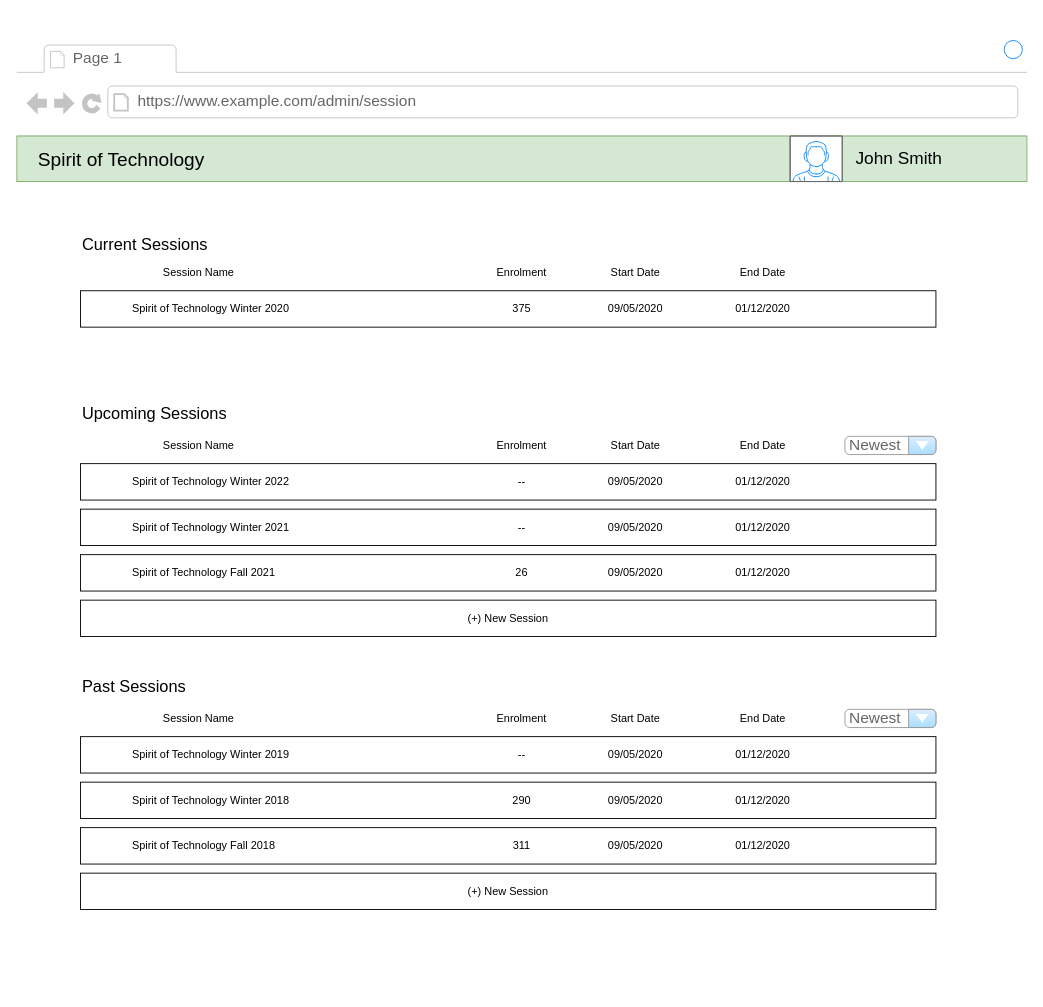
Above: page "Admin Sessions Menu" (3 of 17) of wireframe.drawio in AnsonTran/Live-Coding-Docs (draw.io), before the change. Source tidied: cells renumbered, new cells numbered last; positions are measured from the earlier drawing's top-left corner, leaving out a move shared by most shapes. Both pictures are drawn from the tidied source at 91%, with x=0, y=0 at pixel (16, 35).
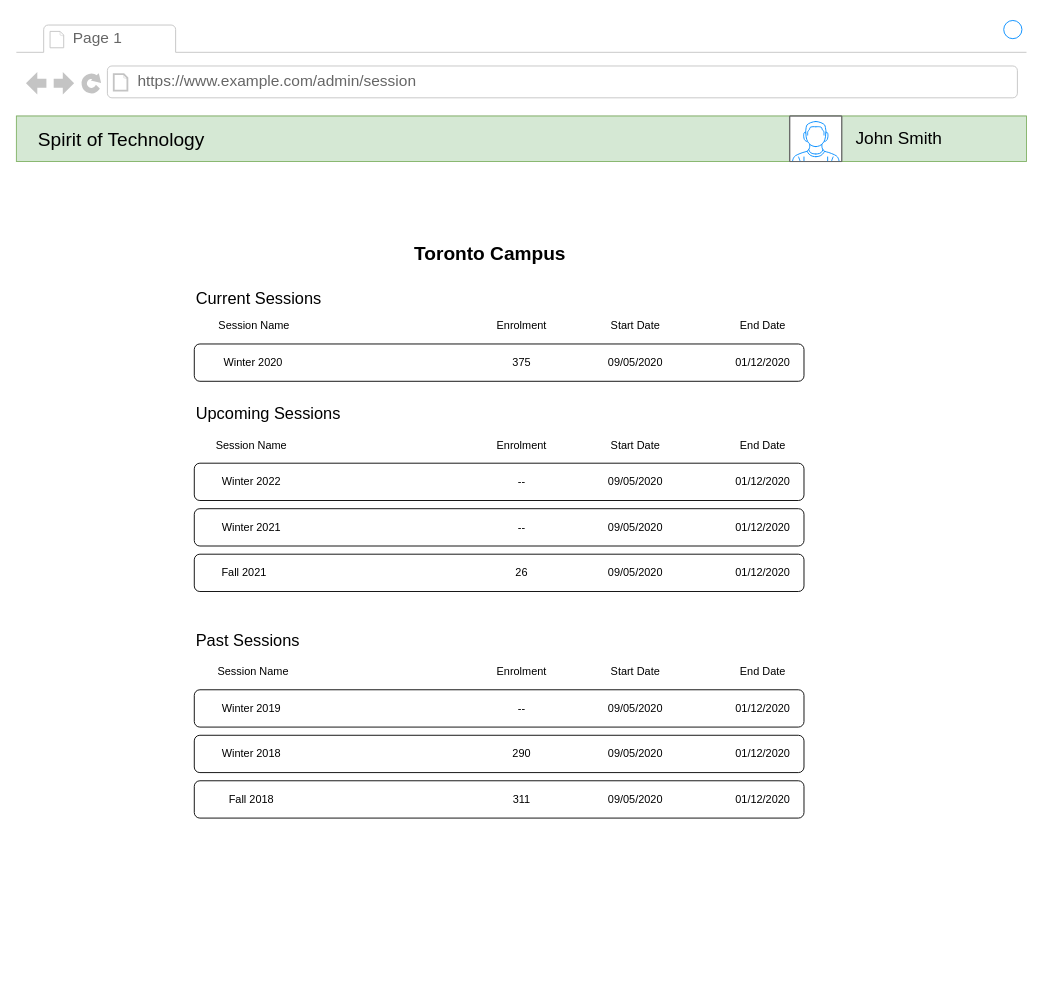
Above is the later version.

What changed in the source:
```diff
@@
     <mxCell id="2" style="strokeWidth=1;shadow=0;dashed=0;align=center;html=1;shape=mxgraph.mockup.containers.browserWindow;rSize=0;strokeColor2=#008cff;strokeColor3=#c4c4c4;mainText=,;strokeColor=#FFFFFF;fontColor=#FFFFFF;" parent="1" vertex="1">
-      <mxGeometry width="1110" height="1050" as="geometry" />
+      <mxGeometry x="-0.5" y="-22" width="1110" height="931" as="geometry" />
     </mxCell>
+    <mxCell id="63" style="rounded=1;whiteSpace=wrap;html=1;" parent="2" vertex="1">
+      <mxGeometry x="195.5" y="740.5" width="670" height="41" as="geometry" />
+    </mxCell>
+    <mxCell id="64" style="rounded=1;whiteSpace=wrap;html=1;" parent="2" vertex="1">
+      <mxGeometry x="195.5" y="790.5" width="670" height="41" as="geometry" />
+    </mxCell>
+    <mxCell id="65" style="rounded=1;whiteSpace=wrap;html=1;" parent="2" vertex="1">
+      <mxGeometry x="195.5" y="840.5" width="670" height="41" as="geometry" />
+    </mxCell>
+    <mxCell id="66" style="rounded=1;whiteSpace=wrap;html=1;" parent="2" vertex="1">
+      <mxGeometry x="195.5" y="491.5" width="670" height="41" as="geometry" />
+    </mxCell>
+    <mxCell id="67" style="rounded=1;whiteSpace=wrap;html=1;" parent="2" vertex="1">
+      <mxGeometry x="195.5" y="541.5" width="670" height="41" as="geometry" />
+    </mxCell>
+    <mxCell id="68" style="rounded=1;whiteSpace=wrap;html=1;" parent="2" vertex="1">
+      <mxGeometry x="195.5" y="591.5" width="670" height="41" as="geometry" />
+    </mxCell>
+    <mxCell id="69" style="rounded=1;whiteSpace=wrap;html=1;" parent="2" vertex="1">
+      <mxGeometry x="195.5" y="360.5" width="670" height="41" as="geometry" />
+    </mxCell>
@@
     <mxCell id="5" value="&lt;font color=&quot;#000000&quot;&gt;&lt;span style=&quot;font-size: 18px&quot;&gt;Upcoming Sessions&lt;/span&gt;&lt;/font&gt;" style="text;html=1;strokeColor=none;fillColor=none;align=left;verticalAlign=middle;whiteSpace=wrap;rounded=0;labelBackgroundColor=none;sketch=0;fontColor=#FFFFFF;" parent="2" vertex="1">
-      <mxGeometry x="70" y="390" width="210" height="50" as="geometry" />
+      <mxGeometry x="195.5" y="421" width="210" height="31" as="geometry" />
     </mxCell>
     <mxCell id="6" value="&lt;font color=&quot;#000000&quot;&gt;Start Date&lt;/font&gt;" style="text;html=1;strokeColor=none;fillColor=none;align=center;verticalAlign=middle;whiteSpace=wrap;rounded=0;labelBackgroundColor=none;sketch=0;fontColor=#FFFFFF;" parent="2" vertex="1">
-      <mxGeometry x="640" y="440" width="80" height="20" as="geometry" />
+      <mxGeometry x="640.5" y="462" width="80" height="20" as="geometry" />
     </mxCell>
     <mxCell id="7" value="&lt;font color=&quot;#000000&quot;&gt;End Date&lt;/font&gt;" style="text;html=1;strokeColor=none;fillColor=none;align=center;verticalAlign=middle;whiteSpace=wrap;rounded=0;labelBackgroundColor=none;sketch=0;fontColor=#FFFFFF;" parent="2" vertex="1">
-      <mxGeometry x="780" y="440" width="80" height="20" as="geometry" />
+      <mxGeometry x="780.5" y="462" width="80" height="20" as="geometry" />
     </mxCell>
-    <mxCell id="8" value="&lt;font color=&quot;#000000&quot;&gt;(+) New Session&lt;/font&gt;" style="rounded=0;whiteSpace=wrap;html=1;labelBackgroundColor=none;sketch=0;fillColor=none;fontColor=#FFFFFF;align=center;" parent="2" vertex="1">
-      <mxGeometry x="70" y="620" width="940" height="40" as="geometry" />
-    </mxCell>
-    <mxCell id="9" value="Newest" style="strokeWidth=1;shadow=0;dashed=0;align=center;html=1;shape=mxgraph.mockup.forms.comboBox;strokeColor=#999999;fillColor=#ddeeff;align=left;fillColor2=#aaddff;mainText=;fontColor=#666666;fontSize=17;spacingLeft=3;" parent="2" vertex="1">
-      <mxGeometry x="910" y="440" width="100" height="20" as="geometry" />
-    </mxCell>
     <mxCell id="10" value="&lt;font color=&quot;#000000&quot;&gt;Session Name&lt;/font&gt;" style="text;html=1;strokeColor=none;fillColor=none;align=center;verticalAlign=middle;whiteSpace=wrap;rounded=0;labelBackgroundColor=none;sketch=0;fontColor=#FFFFFF;" parent="2" vertex="1">
-      <mxGeometry x="150" y="440" width="100" height="20" as="geometry" />
+      <mxGeometry x="208" y="462" width="100" height="20" as="geometry" />
     </mxCell>
-    <mxCell id="11" style="rounded=0;whiteSpace=wrap;html=1;labelBackgroundColor=none;sketch=0;fillColor=none;fontColor=#FFFFFF;align=left;" parent="2" vertex="1">
-      <mxGeometry x="70" y="470" width="940" height="40" as="geometry" />
-    </mxCell>
-    <mxCell id="12" value="&lt;font color=&quot;#000000&quot;&gt;Spirit of Technology Winter 2022&lt;/font&gt;" style="text;html=1;strokeColor=none;fillColor=none;align=left;verticalAlign=middle;whiteSpace=wrap;rounded=0;labelBackgroundColor=none;sketch=0;fontColor=#FFFFFF;" parent="2" vertex="1">
-      <mxGeometry x="125" y="480" width="225" height="20" as="geometry" />
+    <mxCell id="12" value="&lt;font color=&quot;#000000&quot;&gt;Winter 2022&lt;/font&gt;" style="text;html=1;strokeColor=none;fillColor=none;align=center;verticalAlign=middle;whiteSpace=wrap;rounded=0;labelBackgroundColor=none;sketch=0;fontColor=#FFFFFF;" parent="2" vertex="1">
+      <mxGeometry x="223" y="502" width="70" height="20" as="geometry" />
     </mxCell>
-    <mxCell id="13" style="rounded=0;whiteSpace=wrap;html=1;labelBackgroundColor=none;sketch=0;fillColor=none;fontColor=#FFFFFF;align=left;" parent="2" vertex="1">
-      <mxGeometry x="70" y="520" width="940" height="40" as="geometry" />
-    </mxCell>
-    <mxCell id="14" style="rounded=0;whiteSpace=wrap;html=1;labelBackgroundColor=none;sketch=0;fillColor=none;fontColor=#FFFFFF;align=left;" parent="2" vertex="1">
-      <mxGeometry x="70" y="570" width="940" height="40" as="geometry" />
-    </mxCell>
-    <mxCell id="15" value="&lt;font color=&quot;#000000&quot;&gt;Spirit of Technology Winter 2021&lt;/font&gt;" style="text;html=1;strokeColor=none;fillColor=none;align=left;verticalAlign=middle;whiteSpace=wrap;rounded=0;labelBackgroundColor=none;sketch=0;fontColor=#FFFFFF;" parent="2" vertex="1">
-      <mxGeometry x="125" y="530" width="195" height="20" as="geometry" />
+    <mxCell id="15" value="&lt;font color=&quot;#000000&quot;&gt;Winter 2021&lt;/font&gt;" style="text;html=1;strokeColor=none;fillColor=none;align=center;verticalAlign=middle;whiteSpace=wrap;rounded=0;labelBackgroundColor=none;sketch=0;fontColor=#FFFFFF;" parent="2" vertex="1">
+      <mxGeometry x="213" y="552" width="90" height="20" as="geometry" />
     </mxCell>
-    <mxCell id="16" value="&lt;font color=&quot;#000000&quot;&gt;Spirit of Technology Fall 2021&lt;/font&gt;" style="text;html=1;strokeColor=none;fillColor=none;align=left;verticalAlign=middle;whiteSpace=wrap;rounded=0;labelBackgroundColor=none;sketch=0;fontColor=#FFFFFF;" parent="2" vertex="1">
-      <mxGeometry x="125" y="580" width="195" height="20" as="geometry" />
+    <mxCell id="16" value="&lt;font color=&quot;#000000&quot;&gt;Fall 2021&lt;/font&gt;" style="text;html=1;strokeColor=none;fillColor=none;align=center;verticalAlign=middle;whiteSpace=wrap;rounded=0;labelBackgroundColor=none;sketch=0;fontColor=#FFFFFF;" parent="2" vertex="1">
+      <mxGeometry x="220.5" y="602" width="60" height="20" as="geometry" />
     </mxCell>
     <mxCell id="17" value="&lt;font style=&quot;font-size: 18px&quot;&gt;Current Sessions&lt;/font&gt;" style="text;html=1;strokeColor=none;fillColor=none;align=left;verticalAlign=middle;whiteSpace=wrap;rounded=0;" parent="2" vertex="1">
-      <mxGeometry x="70" y="220" width="170" height="20" as="geometry" />
+      <mxGeometry x="195.5" y="301" width="170" height="20" as="geometry" />
     </mxCell>
-    <mxCell id="18" style="rounded=0;whiteSpace=wrap;html=1;labelBackgroundColor=none;sketch=0;fillColor=none;fontColor=#FFFFFF;align=left;" parent="2" vertex="1">
-      <mxGeometry x="70" y="280" width="940" height="40" as="geometry" />
-    </mxCell>
-    <mxCell id="19" value="&lt;font color=&quot;#000000&quot;&gt;Spirit of Technology Winter 2020&lt;/font&gt;" style="text;html=1;strokeColor=none;fillColor=none;align=left;verticalAlign=middle;whiteSpace=wrap;rounded=0;labelBackgroundColor=none;sketch=0;fontColor=#FFFFFF;" parent="2" vertex="1">
-      <mxGeometry x="125" y="290" width="195" height="20" as="geometry" />
+    <mxCell id="19" value="&lt;font color=&quot;#000000&quot;&gt;Winter 2020&lt;/font&gt;" style="text;html=1;strokeColor=none;fillColor=none;align=center;verticalAlign=middle;whiteSpace=wrap;rounded=0;labelBackgroundColor=none;sketch=0;fontColor=#FFFFFF;" parent="2" vertex="1">
+      <mxGeometry x="225.5" y="371" width="70" height="20" as="geometry" />
     </mxCell>
     <mxCell id="20" value="&lt;font color=&quot;#000000&quot;&gt;09/05/2020&lt;/font&gt;" style="text;html=1;strokeColor=none;fillColor=none;align=center;verticalAlign=middle;whiteSpace=wrap;rounded=0;labelBackgroundColor=none;sketch=0;fontColor=#FFFFFF;" parent="2" vertex="1">
-      <mxGeometry x="660" y="290" width="40" height="20" as="geometry" />
+      <mxGeometry x="660.5" y="371" width="40" height="20" as="geometry" />
     </mxCell>
     <mxCell id="21" value="&lt;font color=&quot;#000000&quot;&gt;01/12/2020&lt;/font&gt;" style="text;html=1;strokeColor=none;fillColor=none;align=center;verticalAlign=middle;whiteSpace=wrap;rounded=0;labelBackgroundColor=none;sketch=0;fontColor=#FFFFFF;" parent="2" vertex="1">
-      <mxGeometry x="800" y="290" width="40" height="20" as="geometry" />
+      <mxGeometry x="800.5" y="371" width="40" height="20" as="geometry" />
     </mxCell>
     <mxCell id="22" value="&lt;font color=&quot;#000000&quot;&gt;Start Date&lt;/font&gt;" style="text;html=1;strokeColor=none;fillColor=none;align=center;verticalAlign=middle;whiteSpace=wrap;rounded=0;labelBackgroundColor=none;sketch=0;fontColor=#FFFFFF;" parent="2" vertex="1">
-      <mxGeometry x="640" y="250" width="80" height="20" as="geometry" />
+      <mxGeometry x="640.5" y="331" width="80" height="20" as="geometry" />
     </mxCell>
     <mxCell id="23" value="&lt;font color=&quot;#000000&quot;&gt;End Date&lt;/font&gt;" style="text;html=1;strokeColor=none;fillColor=none;align=center;verticalAlign=middle;whiteSpace=wrap;rounded=0;labelBackgroundColor=none;sketch=0;fontColor=#FFFFFF;" parent="2" vertex="1">
-      <mxGeometry x="780" y="250" width="80" height="20" as="geometry" />
+      <mxGeometry x="780.5" y="331" width="80" height="20" as="geometry" />
     </mxCell>
     <mxCell id="24" value="&lt;font color=&quot;#000000&quot;&gt;Session Name&lt;/font&gt;" style="text;html=1;strokeColor=none;fillColor=none;align=center;verticalAlign=middle;whiteSpace=wrap;rounded=0;labelBackgroundColor=none;sketch=0;fontColor=#FFFFFF;" parent="2" vertex="1">
-      <mxGeometry x="150" y="250" width="100" height="20" as="geometry" />
+      <mxGeometry x="211" y="331" width="100" height="20" as="geometry" />
     </mxCell>
     <mxCell id="25" value="Enrolment" style="text;html=1;strokeColor=none;fillColor=none;align=center;verticalAlign=middle;whiteSpace=wrap;rounded=0;" parent="2" vertex="1">
-      <mxGeometry x="535" y="250" width="40" height="20" as="geometry" />
+      <mxGeometry x="535.5" y="331" width="40" height="20" as="geometry" />
     </mxCell>
     <mxCell id="26" value="375" style="text;html=1;strokeColor=none;fillColor=none;align=center;verticalAlign=middle;whiteSpace=wrap;rounded=0;" parent="2" vertex="1">
-      <mxGeometry x="535" y="290" width="40" height="20" as="geometry" />
+      <mxGeometry x="535.5" y="371" width="40" height="20" as="geometry" />
     </mxCell>
     <mxCell id="27" value="Enrolment" style="text;html=1;strokeColor=none;fillColor=none;align=center;verticalAlign=middle;whiteSpace=wrap;rounded=0;" parent="2" vertex="1">
-      <mxGeometry x="535" y="440" width="40" height="20" as="geometry" />
+      <mxGeometry x="535.5" y="462" width="40" height="20" as="geometry" />
     </mxCell>
     <mxCell id="28" value="--" style="text;html=1;strokeColor=none;fillColor=none;align=center;verticalAlign=middle;whiteSpace=wrap;rounded=0;" parent="2" vertex="1">
-      <mxGeometry x="535" y="480" width="40" height="20" as="geometry" />
+      <mxGeometry x="535.5" y="502" width="40" height="20" as="geometry" />
     </mxCell>
     <mxCell id="29" value="26" style="text;html=1;strokeColor=none;fillColor=none;align=center;verticalAlign=middle;whiteSpace=wrap;rounded=0;" parent="2" vertex="1">
-      <mxGeometry x="535" y="580" width="40" height="20" as="geometry" />
+      <mxGeometry x="535.5" y="602" width="40" height="20" as="geometry" />
     </mxCell>
     <mxCell id="30" value="--" style="text;html=1;strokeColor=none;fillColor=none;align=center;verticalAlign=middle;whiteSpace=wrap;rounded=0;" parent="2" vertex="1">
-      <mxGeometry x="535" y="530" width="40" height="20" as="geometry" />
+      <mxGeometry x="535.5" y="552" width="40" height="20" as="geometry" />
     </mxCell>
     <mxCell id="31" value="&lt;font color=&quot;#000000&quot;&gt;&lt;span style=&quot;font-size: 18px&quot;&gt;Past Sessions&lt;/span&gt;&lt;/font&gt;" style="text;html=1;strokeColor=none;fillColor=none;align=left;verticalAlign=middle;whiteSpace=wrap;rounded=0;labelBackgroundColor=none;sketch=0;fontColor=#FFFFFF;" parent="2" vertex="1">
-      <mxGeometry x="70" y="690" width="210" height="50" as="geometry" />
+      <mxGeometry x="195.5" y="671" width="210" height="31" as="geometry" />
     </mxCell>
     <mxCell id="32" value="&lt;font color=&quot;#000000&quot;&gt;Start Date&lt;/font&gt;" style="text;html=1;strokeColor=none;fillColor=none;align=center;verticalAlign=middle;whiteSpace=wrap;rounded=0;labelBackgroundColor=none;sketch=0;fontColor=#FFFFFF;" parent="2" vertex="1">
-      <mxGeometry x="640" y="740" width="80" height="20" as="geometry" />
+      <mxGeometry x="640.5" y="711" width="80" height="20" as="geometry" />
     </mxCell>
     <mxCell id="33" value="&lt;font color=&quot;#000000&quot;&gt;End Date&lt;/font&gt;" style="text;html=1;strokeColor=none;fillColor=none;align=center;verticalAlign=middle;whiteSpace=wrap;rounded=0;labelBackgroundColor=none;sketch=0;fontColor=#FFFFFF;" parent="2" vertex="1">
-      <mxGeometry x="780" y="740" width="80" height="20" as="geometry" />
+      <mxGeometry x="780.5" y="711" width="80" height="20" as="geometry" />
     </mxCell>
-    <mxCell id="34" value="&lt;font color=&quot;#000000&quot;&gt;(+) New Session&lt;/font&gt;" style="rounded=0;whiteSpace=wrap;html=1;labelBackgroundColor=none;sketch=0;fillColor=none;fontColor=#FFFFFF;align=center;" parent="2" vertex="1">
-      <mxGeometry x="70" y="920" width="940" height="40" as="geometry" />
-    </mxCell>
-    <mxCell id="35" value="Newest" style="strokeWidth=1;shadow=0;dashed=0;align=center;html=1;shape=mxgraph.mockup.forms.comboBox;strokeColor=#999999;fillColor=#ddeeff;align=left;fillColor2=#aaddff;mainText=;fontColor=#666666;fontSize=17;spacingLeft=3;" parent="2" vertex="1">
-      <mxGeometry x="910" y="740" width="100" height="20" as="geometry" />
-    </mxCell>
     <mxCell id="36" value="&lt;font color=&quot;#000000&quot;&gt;Session Name&lt;/font&gt;" style="text;html=1;strokeColor=none;fillColor=none;align=center;verticalAlign=middle;whiteSpace=wrap;rounded=0;labelBackgroundColor=none;sketch=0;fontColor=#FFFFFF;" parent="2" vertex="1">
-      <mxGeometry x="150" y="740" width="100" height="20" as="geometry" />
+      <mxGeometry x="210.5" y="711" width="100" height="20" as="geometry" />
     </mxCell>
-    <mxCell id="37" style="rounded=0;whiteSpace=wrap;html=1;labelBackgroundColor=none;sketch=0;fillColor=none;fontColor=#FFFFFF;align=left;" parent="2" vertex="1">
-      <mxGeometry x="70" y="770" width="940" height="40" as="geometry" />
-    </mxCell>
-    <mxCell id="38" value="&lt;font color=&quot;#000000&quot;&gt;Spirit of Technology Winter 2019&lt;/font&gt;" style="text;html=1;strokeColor=none;fillColor=none;align=left;verticalAlign=middle;whiteSpace=wrap;rounded=0;labelBackgroundColor=none;sketch=0;fontColor=#FFFFFF;" parent="2" vertex="1">
-      <mxGeometry x="125" y="780" width="225" height="20" as="geometry" />
+    <mxCell id="38" value="&lt;font color=&quot;#000000&quot;&gt;Winter 2019&lt;/font&gt;" style="text;html=1;strokeColor=none;fillColor=none;align=center;verticalAlign=middle;whiteSpace=wrap;rounded=0;labelBackgroundColor=none;sketch=0;fontColor=#FFFFFF;" parent="2" vertex="1">
+      <mxGeometry x="218" y="751" width="80" height="20" as="geometry" />
     </mxCell>
-    <mxCell id="39" style="rounded=0;whiteSpace=wrap;html=1;labelBackgroundColor=none;sketch=0;fillColor=none;fontColor=#FFFFFF;align=left;" parent="2" vertex="1">
-      <mxGeometry x="70" y="820" width="940" height="40" as="geometry" />
-    </mxCell>
-    <mxCell id="40" style="rounded=0;whiteSpace=wrap;html=1;labelBackgroundColor=none;sketch=0;fillColor=none;fontColor=#FFFFFF;align=left;" parent="2" vertex="1">
-      <mxGeometry x="70" y="870" width="940" height="40" as="geometry" />
-    </mxCell>
-    <mxCell id="41" value="&lt;font color=&quot;#000000&quot;&gt;Spirit of Technology Winter 2018&lt;/font&gt;" style="text;html=1;strokeColor=none;fillColor=none;align=left;verticalAlign=middle;whiteSpace=wrap;rounded=0;labelBackgroundColor=none;sketch=0;fontColor=#FFFFFF;" parent="2" vertex="1">
-      <mxGeometry x="125" y="830" width="195" height="20" as="geometry" />
+    <mxCell id="41" value="&lt;font color=&quot;#000000&quot;&gt;Winter 2018&lt;/font&gt;" style="text;html=1;strokeColor=none;fillColor=none;align=center;verticalAlign=middle;whiteSpace=wrap;rounded=0;labelBackgroundColor=none;sketch=0;fontColor=#FFFFFF;" parent="2" vertex="1">
+      <mxGeometry x="223" y="801" width="70" height="20" as="geometry" />
     </mxCell>
-    <mxCell id="42" value="&lt;font color=&quot;#000000&quot;&gt;Spirit of Technology Fall 2018&lt;/font&gt;" style="text;html=1;strokeColor=none;fillColor=none;align=left;verticalAlign=middle;whiteSpace=wrap;rounded=0;labelBackgroundColor=none;sketch=0;fontColor=#FFFFFF;" parent="2" vertex="1">
-      <mxGeometry x="125" y="880" width="195" height="20" as="geometry" />
+    <mxCell id="42" value="&lt;font color=&quot;#000000&quot;&gt;Fall 2018&lt;/font&gt;" style="text;html=1;strokeColor=none;fillColor=none;align=center;verticalAlign=middle;whiteSpace=wrap;rounded=0;labelBackgroundColor=none;sketch=0;fontColor=#FFFFFF;" parent="2" vertex="1">
+      <mxGeometry x="228" y="851" width="60" height="20" as="geometry" />
     </mxCell>
     <mxCell id="43" value="Enrolment" style="text;html=1;strokeColor=none;fillColor=none;align=center;verticalAlign=middle;whiteSpace=wrap;rounded=0;" parent="2" vertex="1">
-      <mxGeometry x="535" y="740" width="40" height="20" as="geometry" />
+      <mxGeometry x="535.5" y="711" width="40" height="20" as="geometry" />
     </mxCell>
     <mxCell id="44" value="--" style="text;html=1;strokeColor=none;fillColor=none;align=center;verticalAlign=middle;whiteSpace=wrap;rounded=0;" parent="2" vertex="1">
-      <mxGeometry x="535" y="780" width="40" height="20" as="geometry" />
+      <mxGeometry x="535.5" y="751" width="40" height="20" as="geometry" />
     </mxCell>
     <mxCell id="45" value="311" style="text;html=1;strokeColor=none;fillColor=none;align=center;verticalAlign=middle;whiteSpace=wrap;rounded=0;" parent="2" vertex="1">
-      <mxGeometry x="535" y="880" width="40" height="20" as="geometry" />
+      <mxGeometry x="535.5" y="851" width="40" height="20" as="geometry" />
     </mxCell>
     <mxCell id="46" value="290" style="text;html=1;strokeColor=none;fillColor=none;align=center;verticalAlign=middle;whiteSpace=wrap;rounded=0;" parent="2" vertex="1">
-      <mxGeometry x="535" y="830" width="40" height="20" as="geometry" />
+      <mxGeometry x="535.5" y="801" width="40" height="20" as="geometry" />
     </mxCell>
     <mxCell id="47" value="&lt;font color=&quot;#000000&quot;&gt;09/05/2020&lt;/font&gt;" style="text;html=1;strokeColor=none;fillColor=none;align=center;verticalAlign=middle;whiteSpace=wrap;rounded=0;labelBackgroundColor=none;sketch=0;fontColor=#FFFFFF;" parent="2" vertex="1">
-      <mxGeometry x="660" y="780" width="40" height="20" as="geometry" />
+      <mxGeometry x="660.5" y="751" width="40" height="20" as="geometry" />
     </mxCell>
     <mxCell id="48" value="&lt;font color=&quot;#000000&quot;&gt;01/12/2020&lt;/font&gt;" style="text;html=1;strokeColor=none;fillColor=none;align=center;verticalAlign=middle;whiteSpace=wrap;rounded=0;labelBackgroundColor=none;sketch=0;fontColor=#FFFFFF;" parent="2" vertex="1">
-      <mxGeometry x="800" y="780" width="40" height="20" as="geometry" />
+      <mxGeometry x="800.5" y="751" width="40" height="20" as="geometry" />
     </mxCell>
     <mxCell id="49" value="&lt;font color=&quot;#000000&quot;&gt;09/05/2020&lt;/font&gt;" style="text;html=1;strokeColor=none;fillColor=none;align=center;verticalAlign=middle;whiteSpace=wrap;rounded=0;labelBackgroundColor=none;sketch=0;fontColor=#FFFFFF;" parent="2" vertex="1">
-      <mxGeometry x="660" y="830" width="40" height="20" as="geometry" />
+      <mxGeometry x="660.5" y="801" width="40" height="20" as="geometry" />
     </mxCell>
     <mxCell id="50" value="&lt;font color=&quot;#000000&quot;&gt;01/12/2020&lt;/font&gt;" style="text;html=1;strokeColor=none;fillColor=none;align=center;verticalAlign=middle;whiteSpace=wrap;rounded=0;labelBackgroundColor=none;sketch=0;fontColor=#FFFFFF;" parent="2" vertex="1">
-      <mxGeometry x="800" y="830" width="40" height="20" as="geometry" />
+      <mxGeometry x="800.5" y="801" width="40" height="20" as="geometry" />
     </mxCell>
     <mxCell id="51" value="&lt;font color=&quot;#000000&quot;&gt;09/05/2020&lt;/font&gt;" style="text;html=1;strokeColor=none;fillColor=none;align=center;verticalAlign=middle;whiteSpace=wrap;rounded=0;labelBackgroundColor=none;sketch=0;fontColor=#FFFFFF;" parent="2" vertex="1">
-      <mxGeometry x="660" y="880" width="40" height="20" as="geometry" />
+      <mxGeometry x="660.5" y="851" width="40" height="20" as="geometry" />
     </mxCell>
     <mxCell id="52" value="&lt;font color=&quot;#000000&quot;&gt;01/12/2020&lt;/font&gt;" style="text;html=1;strokeColor=none;fillColor=none;align=center;verticalAlign=middle;whiteSpace=wrap;rounded=0;labelBackgroundColor=none;sketch=0;fontColor=#FFFFFF;" parent="2" vertex="1">
-      <mxGeometry x="800" y="880" width="40" height="20" as="geometry" />
+      <mxGeometry x="800.5" y="851" width="40" height="20" as="geometry" />
     </mxCell>
@@
+    <mxCell id="70" value="&lt;font style=&quot;font-size: 21px&quot;&gt;&lt;b&gt;Toronto Campus&lt;/b&gt;&lt;/font&gt;" style="text;html=1;strokeColor=none;fillColor=none;align=left;verticalAlign=middle;whiteSpace=wrap;rounded=0;" parent="2" vertex="1">
+      <mxGeometry x="435.5" y="251" width="190" height="20" as="geometry" />
+    </mxCell>
```
